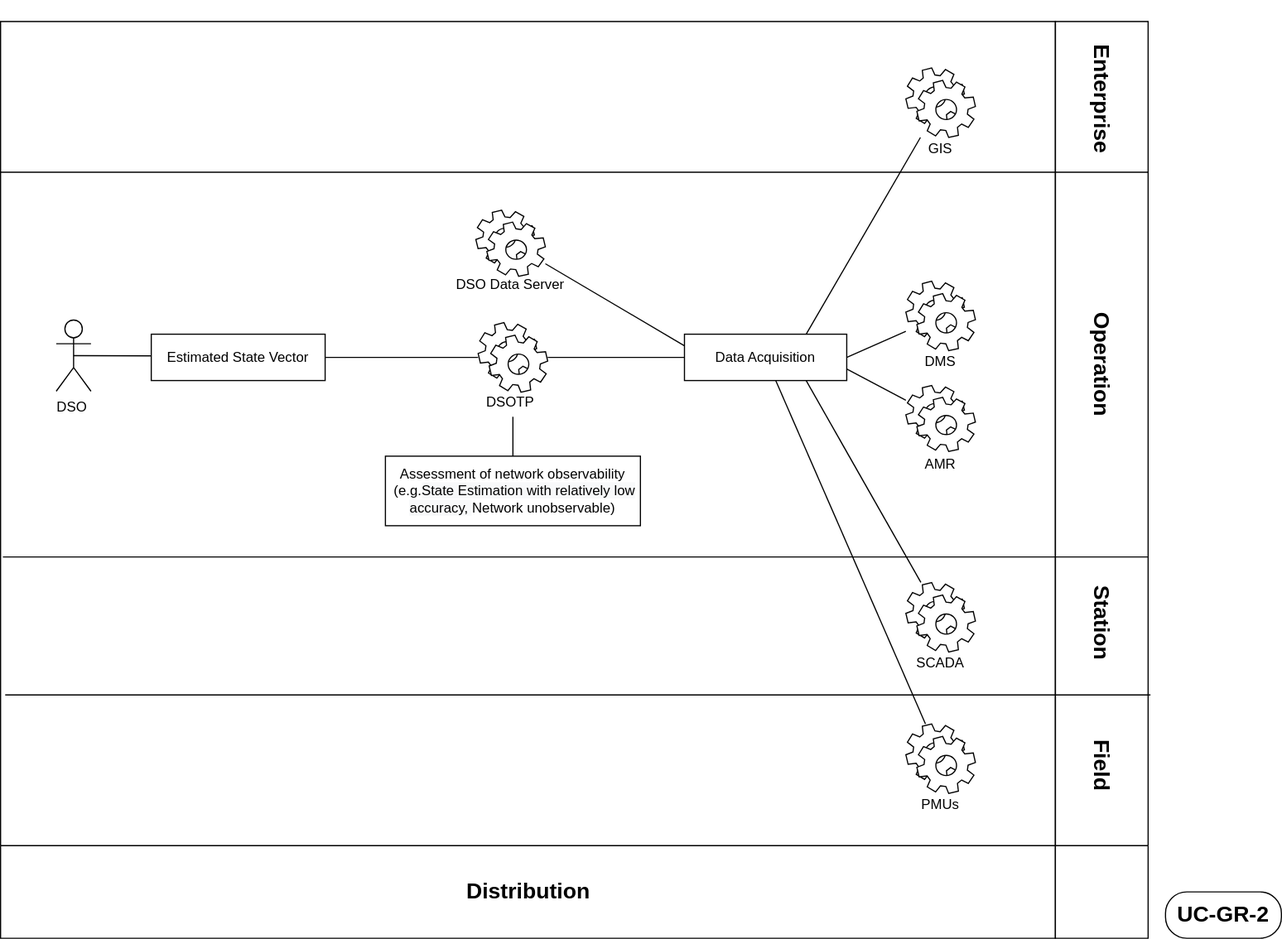
Before: docs/platone/uc-gr-2-pmu-data-integration-into-se-tool/UC_GR_1_2_3_4_UCdiagrams-UC2.svg, a diagram exported from draw.io (smart-grid-use-cases/smart-grid-use-cases.github.io). Source tidied: cells renumbered, new cells last; positions are measured from the earlier drawing's top-left corner, leaving out a move shared by most shapes.
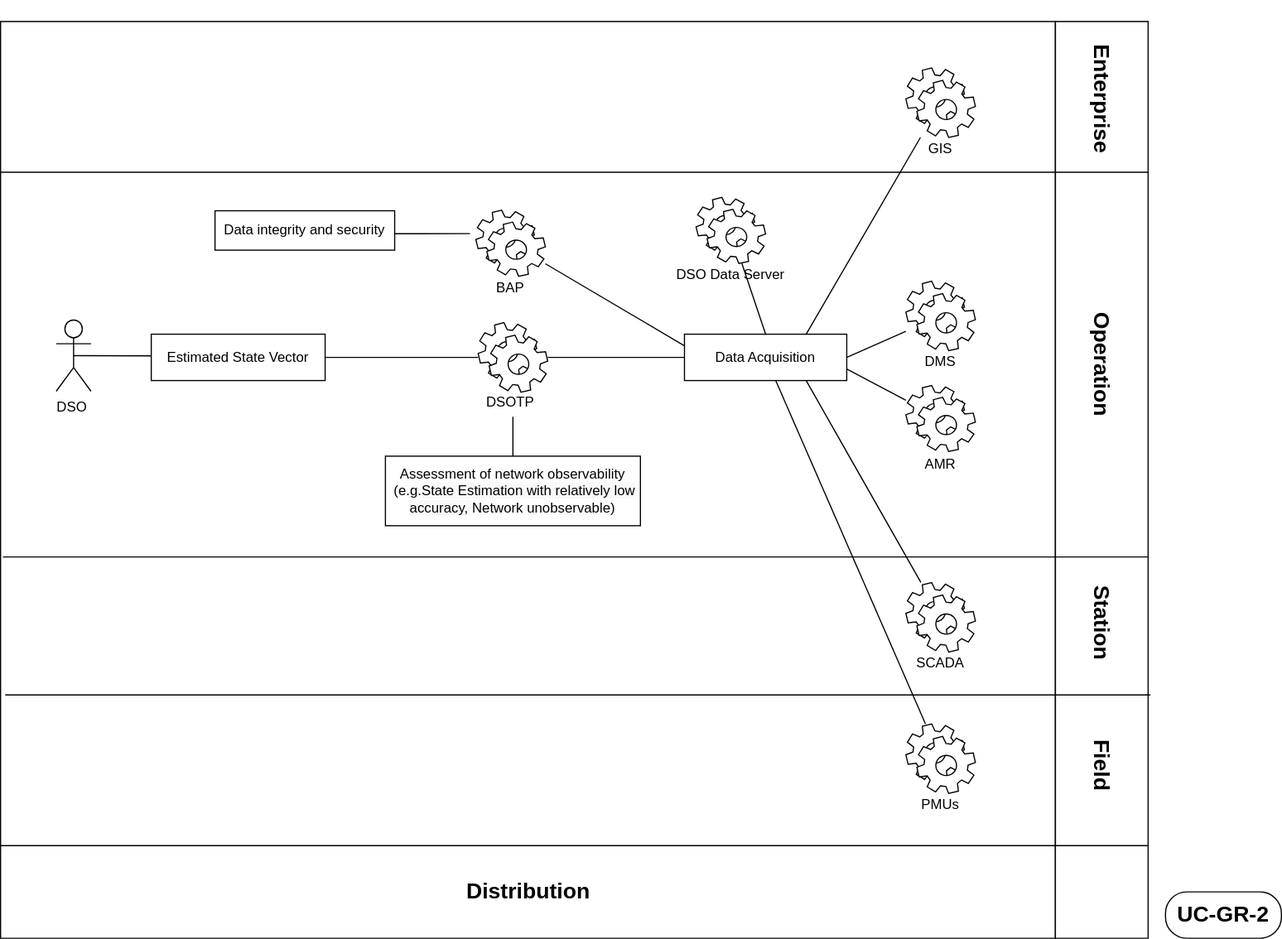
After the change.

Diff of the diagram source:
```diff
@@ -39,7 +39,7 @@
       <mxGeometry x="410" y="162.8" width="60" height="57" as="geometry" />
     </mxCell>
     <mxCell id="14" value="DSO Data Server" style="text;html=1;strokeColor=none;fillColor=none;align=center;verticalAlign=middle;whiteSpace=wrap;rounded=0;" parent="2" vertex="1">
-      <mxGeometry x="390" y="221.8" width="100" height="11" as="geometry" />
+      <mxGeometry x="580" y="213" width="100" height="11" as="geometry" />
     </mxCell>
     <mxCell id="15" value="Assessment of network observability&lt;br&gt;&amp;nbsp;(e.g.&lt;span style=&quot;color: rgb(0 , 0 , 0) ; font-family: &amp;#34;helvetica&amp;#34; ; font-size: 12px ; font-style: normal ; font-weight: 400 ; letter-spacing: normal ; text-align: center ; text-indent: 0px ; text-transform: none ; word-spacing: 0px ; background-color: rgb(248 , 249 , 250) ; display: inline ; float: none&quot;&gt;State Estimation with relatively low accuracy,&amp;nbsp;&lt;/span&gt;&lt;span style=&quot;font-family: &amp;#34;helvetica&amp;#34;&quot;&gt;Network unobservable)&lt;/span&gt;" style="rounded=0;whiteSpace=wrap;html=1;" parent="2" vertex="1">
       <mxGeometry x="332" y="375" width="220" height="60" as="geometry" />
@@ -120,6 +120,24 @@
     <mxCell id="33" style="endArrow=none;html=1;fontSize=19;" parent="2" edge="1" source="12" target="32">
       <mxGeometry relative="1" as="geometry" />
     </mxCell>
+    <mxCell id="40" style="shape=mxgraph.bpmn.service_task;html=1;outlineConnect=0;" parent="2" vertex="1">
+      <mxGeometry x="600" y="151.8" width="60" height="57" as="geometry" />
+    </mxCell>
+    <mxCell id="41" style="endArrow=none;html=1;fontSize=19;entryX=0.5;entryY=0;entryDx=0;entryDy=0;" parent="2" edge="1" source="40" target="12">
+      <mxGeometry relative="1" as="geometry" />
+    </mxCell>
+    <mxCell id="42" value="BAP" style="text;html=1;strokeColor=none;fillColor=none;align=center;verticalAlign=middle;whiteSpace=wrap;rounded=0;" parent="2" vertex="1">
+      <mxGeometry x="390" y="224" width="100" height="11" as="geometry" />
+    </mxCell>
+    <mxCell id="43" value="Data integrity and security" style="rounded=0;whiteSpace=wrap;html=1;" parent="2" vertex="1">
+      <mxGeometry x="185" y="163.2" width="155" height="34" as="geometry" />
+    </mxCell>
+    <mxCell id="44" style="endArrow=none;html=1;fontSize=19;" parent="2" edge="1">
+      <mxGeometry relative="1" as="geometry">
+        <mxPoint x="340" y="183.1" as="sourcePoint" />
+        <mxPoint x="405" y="183" as="targetPoint" />
+      </mxGeometry>
+    </mxCell>
     <mxCell id="34" style="swimlane;html=1;startSize=80;flipV=1;" parent="1" vertex="1">
       <mxGeometry x="910" width="80" height="791" as="geometry" />
     </mxCell>
```
